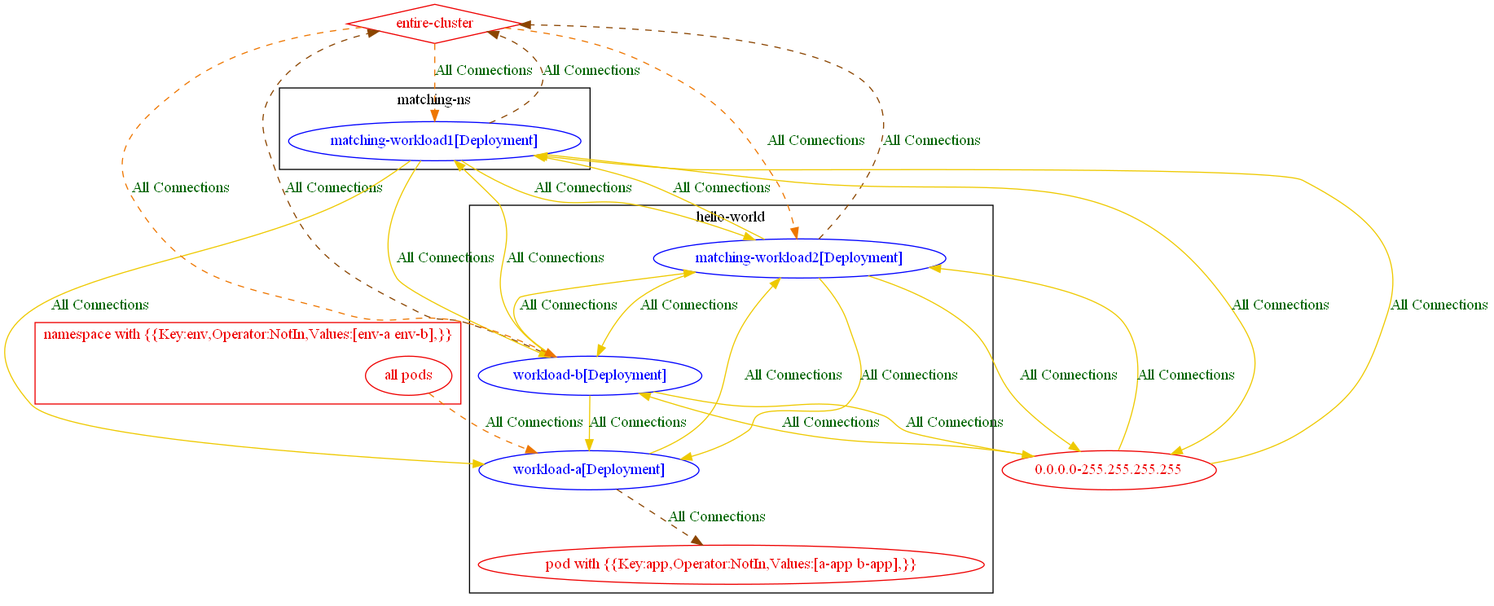
Above: test_outputs/connlist/exposure_test_with_match_expression_not_in_op_with_matching_pods_exposure_output.dot.png in np-guard/netpol-analyzer (Graphviz), before the change. Its source is kept beside it as test_outputs/connlist/exposure_test_with_match_expression_not_in_op_with_matching_pods_exposure_output.dot.
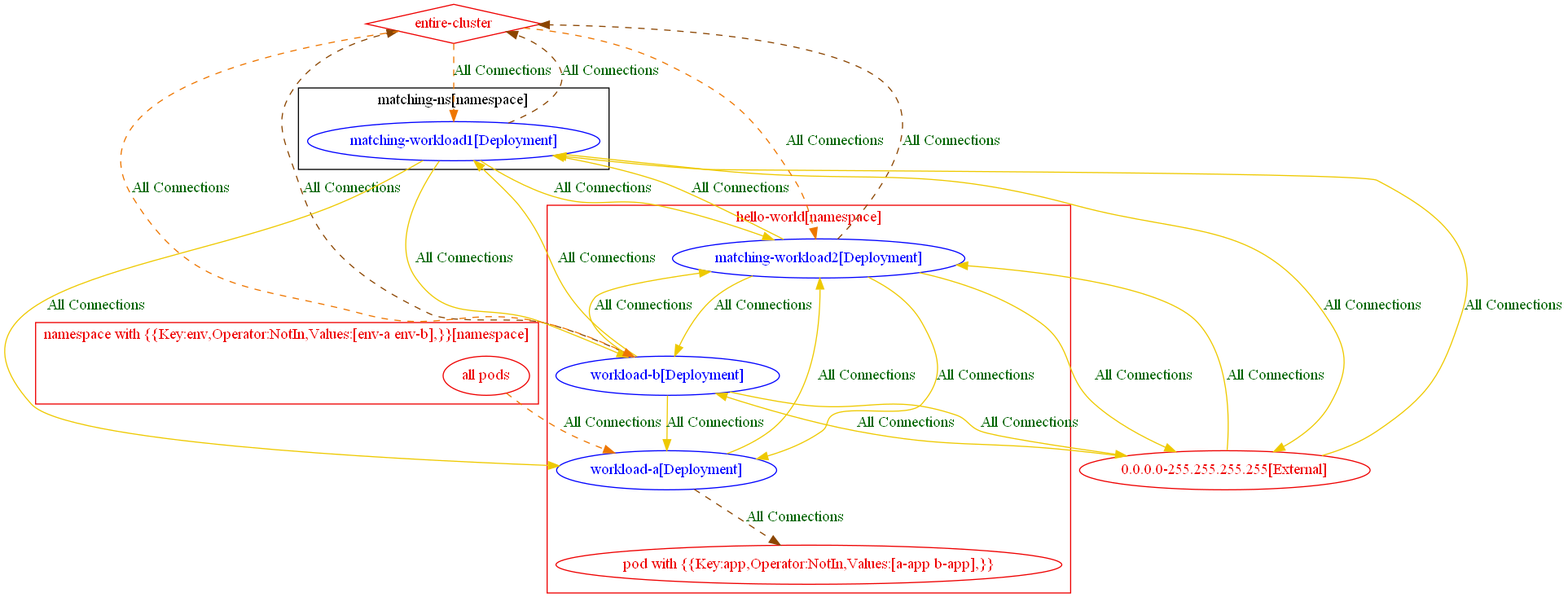
After the change.

What changed in the source:
```diff
@@ -1,47 +1,52 @@
 digraph {
-	subgraph "cluster_hello_world" {
+	subgraph "cluster_hello_world[namespace]" {
 		color="black"
 		fontcolor="black"
 		"hello-world/matching-workload2[Deployment]" [label="matching-workload2[Deployment]" color="blue" fontcolor="blue"]
 		"hello-world/workload-a[Deployment]" [label="workload-a[Deployment]" color="blue" fontcolor="blue"]
 		"hello-world/workload-b[Deployment]" [label="workload-b[Deployment]" color="blue" fontcolor="blue"]
-		"pod with {{Key:app,Operator:NotIn,Values:[a-app b-app],}}_in_hello-world" [label="pod with {{Key:app,Operator:NotIn,Values:[a-app b-app],}}" color="red2" fontcolor="red2"]
-		label="hello-world"
+		label="hello-world[namespace]"
 	}
-	subgraph "cluster_matching_ns" {
+	subgraph "cluster_matching_ns[namespace]" {
 		color="black"
 		fontcolor="black"
 		"matching-ns/matching-workload1[Deployment]" [label="matching-workload1[Deployment]" color="blue" fontcolor="blue"]
-		label="matching-ns"
+		label="matching-ns[namespace]"
 	}
-	subgraph "cluster_namespace with {{Key:env,Operator:NotIn,Values:[env_a env_b],}}" {
+	subgraph "cluster_hello_world[namespace]" {
+		color="red2"
+		fontcolor="red2"
+		"pod with {{Key:app,Operator:NotIn,Values:[a-app b-app],}}_in_hello-world" [label="pod with {{Key:app,Operator:NotIn,Values:[a-app b-app],}}" color="red2" fontcolor="red2"]
+		label="hello-world[namespace]"
+	}
+	subgraph "cluster_namespace with {{Key:env,Operator:NotIn,Values:[env_a env_b],}}[namespace]" {
 		color="red2"
 		fontcolor="red2"
 		"all pods_in_namespace with {{Key:env,Operator:NotIn,Values:[env-a env-b],}}" [label="all pods" color="red2" fontcolor="red2"]
-		label="namespace with {{Key:env,Operator:NotIn,Values:[env-a env-b],}}"
+		label="namespace with {{Key:env,Operator:NotIn,Values:[env-a env-b],}}[namespace]"
 	}
-	"0.0.0.0-255.255.255.255" [label="0.0.0.0-255.255.255.255" color="red2" fontcolor="red2"]
+	"0.0.0.0-255.255.255.255[External]" [label="0.0.0.0-255.255.255.255[External]" color="red2" fontcolor="red2"]
 	"entire-cluster" [label="entire-cluster" color="red2" fontcolor="red2" shape=diamond]
-	"0.0.0.0-255.255.255.255" -> "hello-world/matching-workload2[Deployment]" [label="All Connections" color="gold2" fontcolor="darkgreen" weight=0.5]
-	"0.0.0.0-255.255.255.255" -> "hello-world/workload-b[Deployment]" [label="All Connections" color="gold2" fontcolor="darkgreen" weight=0.5]
-	"0.0.0.0-255.255.255.255" -> "matching-ns/matching-workload1[Deployment]" [label="All Connections" color="gold2" fontcolor="darkgreen" weight=0.5]
+	"0.0.0.0-255.255.255.255[External]" -> "hello-world/matching-workload2[Deployment]" [label="All Connections" color="gold2" fontcolor="darkgreen" weight=0.5]
+	"0.0.0.0-255.255.255.255[External]" -> "hello-world/workload-b[Deployment]" [label="All Connections" color="gold2" fontcolor="darkgreen" weight=0.5]
+	"0.0.0.0-255.255.255.255[External]" -> "matching-ns/matching-workload1[Deployment]" [label="All Connections" color="gold2" fontcolor="darkgreen" weight=0.5]
 	"all pods_in_namespace with {{Key:env,Operator:NotIn,Values:[env-a env-b],}}" -> "hello-world/workload-a[Deployment]" [label="All Connections" color="darkorange2" fontcolor="darkgreen" weight=1 style=dashed]
 	"entire-cluster" -> "hello-world/matching-workload2[Deployment]" [label="All Connections" color="darkorange2" fontcolor="darkgreen" weight=1 style=dashed]
 	"entire-cluster" -> "hello-world/workload-b[Deployment]" [label="All Connections" color="darkorange2" fontcolor="darkgreen" weight=1 style=dashed]
 	"entire-cluster" -> "matching-ns/matching-workload1[Deployment]" [label="All Connections" color="darkorange2" fontcolor="darkgreen" weight=1 style=dashed]
-	"hello-world/matching-workload2[Deployment]" -> "0.0.0.0-255.255.255.255" [label="All Connections" color="gold2" fontcolor="darkgreen" weight=1]
+	"hello-world/matching-workload2[Deployment]" -> "0.0.0.0-255.255.255.255[External]" [label="All Connections" color="gold2" fontcolor="darkgreen" weight=1]
 	"hello-world/matching-workload2[Deployment]" -> "entire-cluster" [label="All Connections" color="darkorange4" fontcolor="darkgreen" weight=0.5 style=dashed]
 	"hello-world/matching-workload2[Deployment]" -> "hello-world/workload-a[Deployment]" [label="All Connections" color="gold2" fontcolor="darkgreen" weight=0.5]
 	"hello-world/matching-workload2[Deployment]" -> "hello-world/workload-b[Deployment]" [label="All Connections" color="gold2" fontcolor="darkgreen" weight=0.5]
 	"hello-world/matching-workload2[Deployment]" -> "matching-ns/matching-workload1[Deployment]" [label="All Connections" color="gold2" fontcolor="darkgreen" weight=0.5]
 	"hello-world/workload-a[Deployment]" -> "hello-world/matching-workload2[Deployment]" [label="All Connections" color="gold2" fontcolor="darkgreen" weight=1]
 	"hello-world/workload-a[Deployment]" -> "pod with {{Key:app,Operator:NotIn,Values:[a-app b-app],}}_in_hello-world" [label="All Connections" color="darkorange4" fontcolor="darkgreen" weight=0.5 style=dashed]
-	"hello-world/workload-b[Deployment]" -> "0.0.0.0-255.255.255.255" [label="All Connections" color="gold2" fontcolor="darkgreen" weight=1]
+	"hello-world/workload-b[Deployment]" -> "0.0.0.0-255.255.255.255[External]" [label="All Connections" color="gold2" fontcolor="darkgreen" weight=1]
 	"hello-world/workload-b[Deployment]" -> "entire-cluster" [label="All Connections" color="darkorange4" fontcolor="darkgreen" weight=0.5 style=dashed]
 	"hello-world/workload-b[Deployment]" -> "hello-world/matching-workload2[Deployment]" [label="All Connections" color="gold2" fontcolor="darkgreen" weight=1]
 	"hello-world/workload-b[Deployment]" -> "hello-world/workload-a[Deployment]" [label="All Connections" color="gold2" fontcolor="darkgreen" weight=1]
 	"hello-world/workload-b[Deployment]" -> "matching-ns/matching-workload1[Deployment]" [label="All Connections" color="gold2" fontcolor="darkgreen" weight=0.5]
-	"matching-ns/matching-workload1[Deployment]" -> "0.0.0.0-255.255.255.255" [label="All Connections" color="gold2" fontcolor="darkgreen" weight=1]
+	"matching-ns/matching-workload1[Deployment]" -> "0.0.0.0-255.255.255.255[External]" [label="All Connections" color="gold2" fontcolor="darkgreen" weight=1]
 	"matching-ns/matching-workload1[Deployment]" -> "entire-cluster" [label="All Connections" color="darkorange4" fontcolor="darkgreen" weight=0.5 style=dashed]
 	"matching-ns/matching-workload1[Deployment]" -> "hello-world/matching-workload2[Deployment]" [label="All Connections" color="gold2" fontcolor="darkgreen" weight=1]
 	"matching-ns/matching-workload1[Deployment]" -> "hello-world/workload-a[Deployment]" [label="All Connections" color="gold2" fontcolor="darkgreen" weight=1]
```
